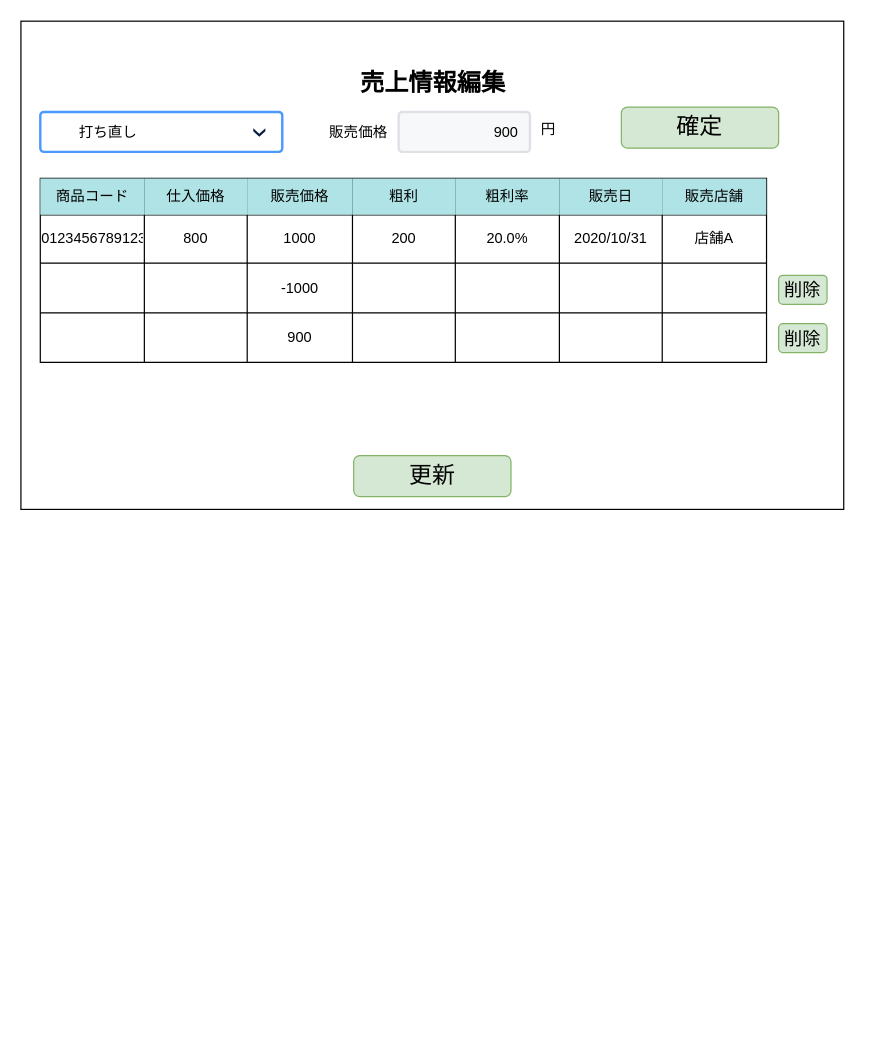
This is page "S11-04 売上情報編集(返金・返品)" (4 of 4) of 各種設計書/6.画面設計書/S11_売上.drawio from HaruShim/Sotuken, a draw.io file, before an edit. Source tidied: cells renumbered, new cells numbered last; positions are measured from the earlier drawing's top-left corner, leaving out a move shared by most shapes. Both pictures are drawn from the tidied source at 121%, with x=0, y=0 at pixel (21, 21).
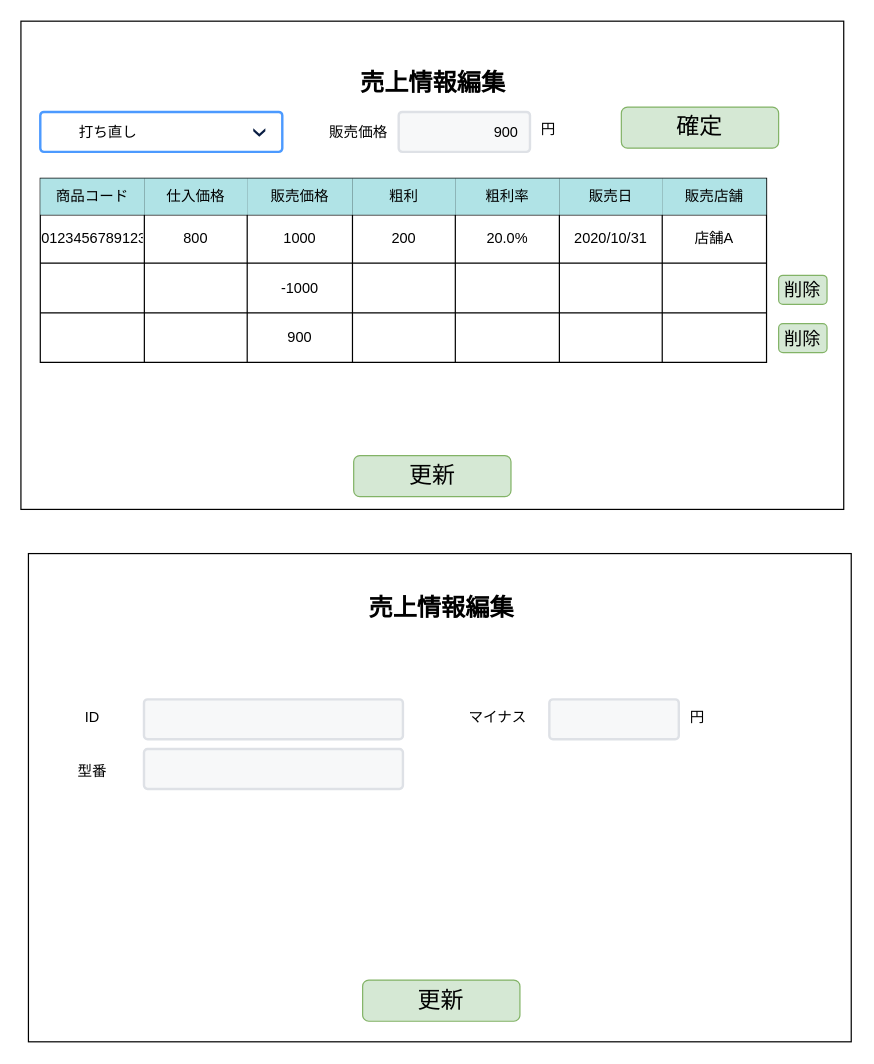
The same diagram, later.

Diff of the diagram source:
```diff
@@
+    <mxCell id="47" style="rounded=0;whiteSpace=wrap;html=1;" parent="46" vertex="1">
+      <mxGeometry x="6" y="440" width="680" height="403.5" as="geometry" />
+    </mxCell>
+    <mxCell id="48" value="売上情報編集" style="text;html=1;strokeColor=none;fillColor=none;align=center;verticalAlign=middle;whiteSpace=wrap;rounded=0;fontColor=default;fontStyle=1;fontSize=20;" parent="46" vertex="1">
+      <mxGeometry x="266" y="458.5" width="162.5" height="50" as="geometry" />
+    </mxCell>
+    <mxCell id="49" value="&lt;span style=&quot;font-size: 19px&quot;&gt;更新&lt;/span&gt;" style="rounded=1;whiteSpace=wrap;html=1;align=center;labelBackgroundColor=none;fillColor=#d5e8d4;strokeColor=#82b366;" parent="46" vertex="1">
+      <mxGeometry x="282.2" y="792.5" width="130" height="34" as="geometry" />
+    </mxCell>
+    <mxCell id="50" style="rounded=1;arcSize=9;fillColor=#F7F8F9;align=left;spacingLeft=5;strokeColor=#DEE1E6;html=1;strokeWidth=2;fontSize=12;" parent="46" vertex="1">
+      <mxGeometry x="101.5" y="560.5" width="214" height="33" as="geometry" />
+    </mxCell>
+    <mxCell id="51" value="ID" style="text;html=1;strokeColor=none;fillColor=none;align=center;verticalAlign=middle;whiteSpace=wrap;rounded=0;" parent="46" vertex="1">
+      <mxGeometry x="25.5" y="560.5" width="66" height="30" as="geometry" />
+    </mxCell>
+    <mxCell id="52" value="型番" style="text;html=1;strokeColor=none;fillColor=none;align=center;verticalAlign=middle;whiteSpace=wrap;rounded=0;" parent="46" vertex="1">
+      <mxGeometry x="8.5" y="604.5" width="100" height="30" as="geometry" />
+    </mxCell>
+    <mxCell id="53" style="rounded=1;arcSize=9;fillColor=#F7F8F9;align=left;spacingLeft=5;strokeColor=#DEE1E6;html=1;strokeWidth=2;fontSize=12;" parent="46" vertex="1">
+      <mxGeometry x="436.5" y="560.5" width="107" height="33" as="geometry" />
+    </mxCell>
+    <mxCell id="54" value="マイナス" style="text;html=1;strokeColor=none;fillColor=none;align=center;verticalAlign=middle;whiteSpace=wrap;rounded=0;" parent="46" vertex="1">
+      <mxGeometry x="360.5" y="560.5" width="66" height="30" as="geometry" />
+    </mxCell>
+    <mxCell id="55" value="円" style="text;html=1;strokeColor=none;fillColor=none;align=center;verticalAlign=middle;whiteSpace=wrap;rounded=0;" parent="46" vertex="1">
+      <mxGeometry x="543.5" y="560.5" width="30" height="30" as="geometry" />
+    </mxCell>
+    <mxCell id="56" style="rounded=1;arcSize=9;fillColor=#F7F8F9;align=left;spacingLeft=5;strokeColor=#DEE1E6;html=1;strokeWidth=2;fontSize=12;" parent="46" vertex="1">
+      <mxGeometry x="101.5" y="601.5" width="214" height="33" as="geometry" />
+    </mxCell>
+    <mxCell id="57" parent="0" />
```
